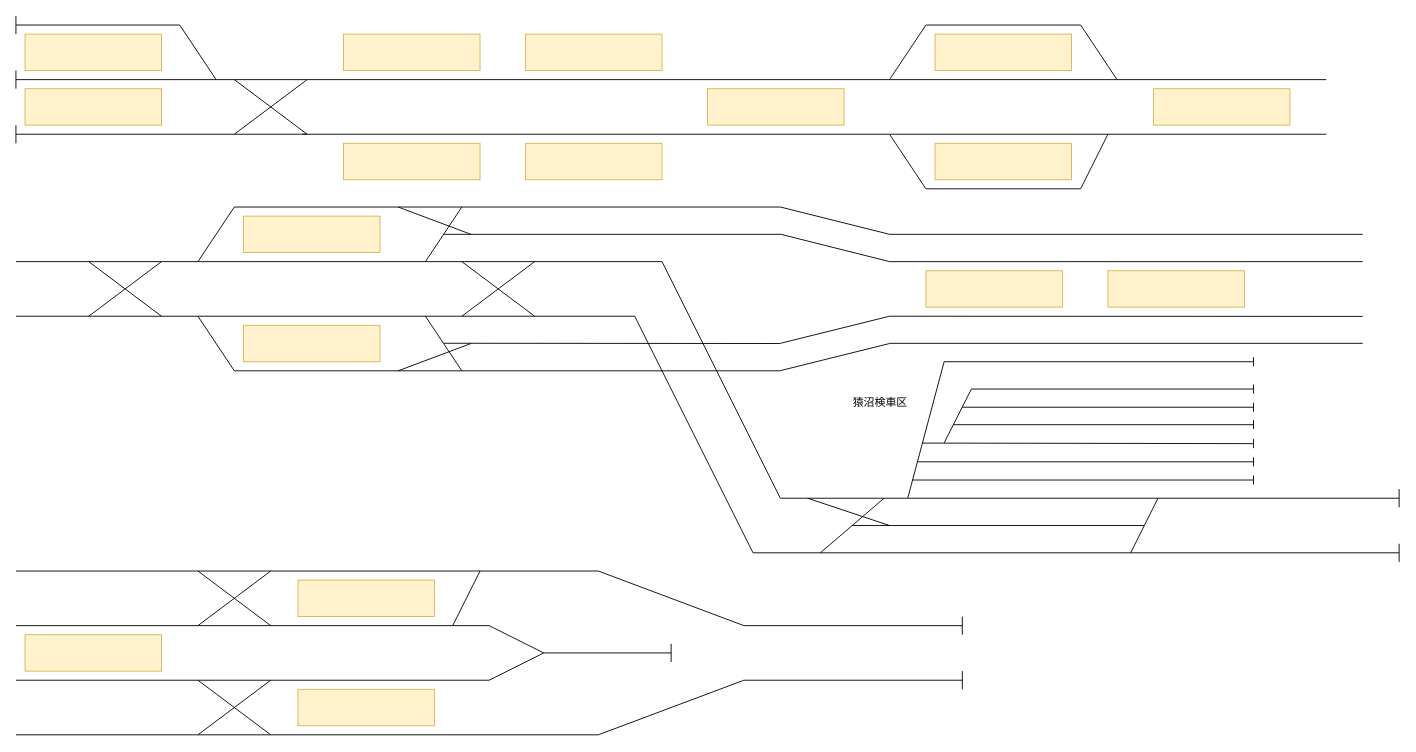
Above: Documentation/References/中田鉄道配線図.drawio in neko3141592/Nakatetsu (draw.io), before the change. Source tidied: cells renumbered, new cells numbered last; positions are measured from the earlier drawing's top-left corner, leaving out a move shared by most shapes. Both pictures are drawn from the tidied source at 91%, with x=0, y=0 at pixel (15, 15).
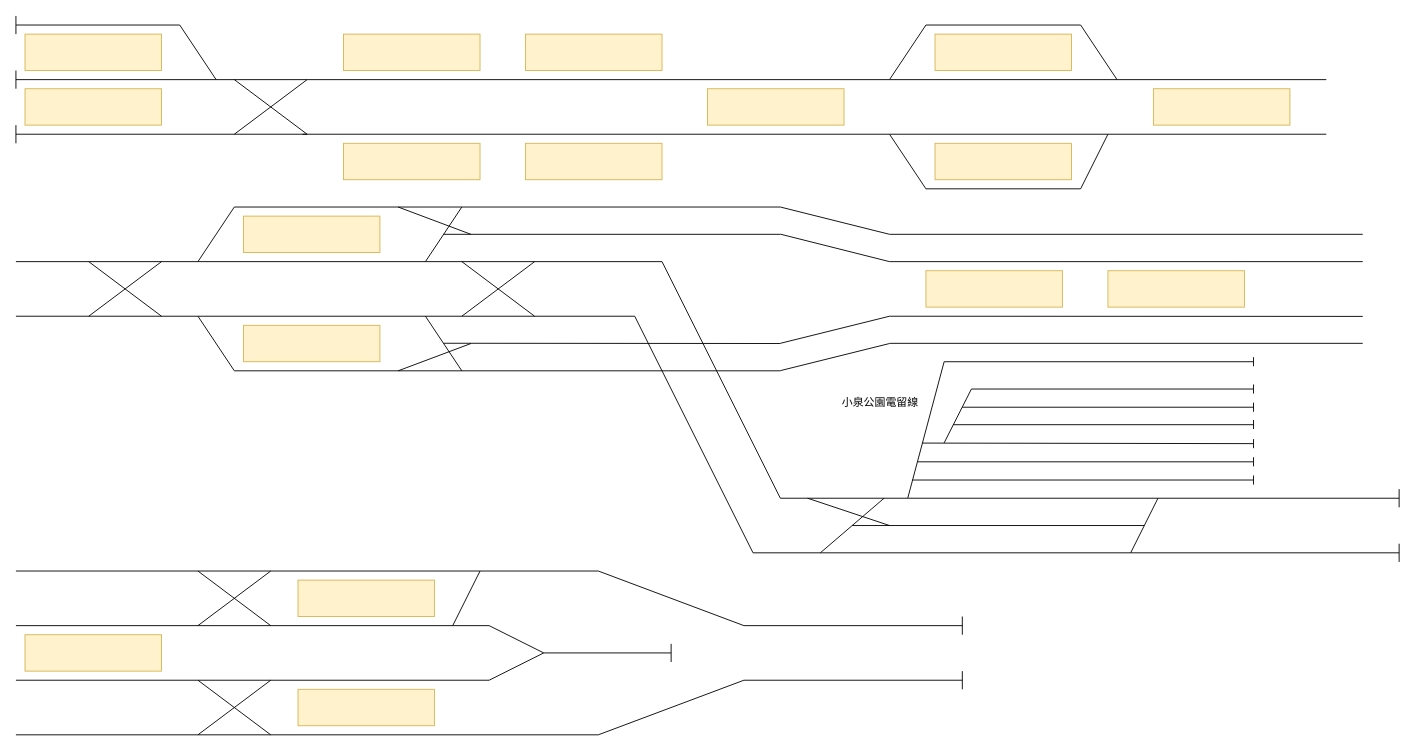
The same page after the edit.

Change to the diagram source:
```diff
@@
-    <mxCell id="83" value="猿沼検車区" style="text;html=1;whiteSpace=wrap;strokeColor=none;fillColor=none;align=center;verticalAlign=middle;rounded=0;fontFamily=Verdana;fontSize=12;fontColor=#000000;fontStyle=0;" parent="1" vertex="1">
+    <mxCell id="83" value="小泉公園電留線" style="text;html=1;whiteSpace=wrap;strokeColor=none;fillColor=none;align=center;verticalAlign=middle;rounded=0;fontFamily=Verdana;fontSize=12;fontColor=#000000;fontStyle=0;" parent="1" vertex="1">
       <mxGeometry x="850" y="410" width="200" height="30" as="geometry" />
     </mxCell>
```
